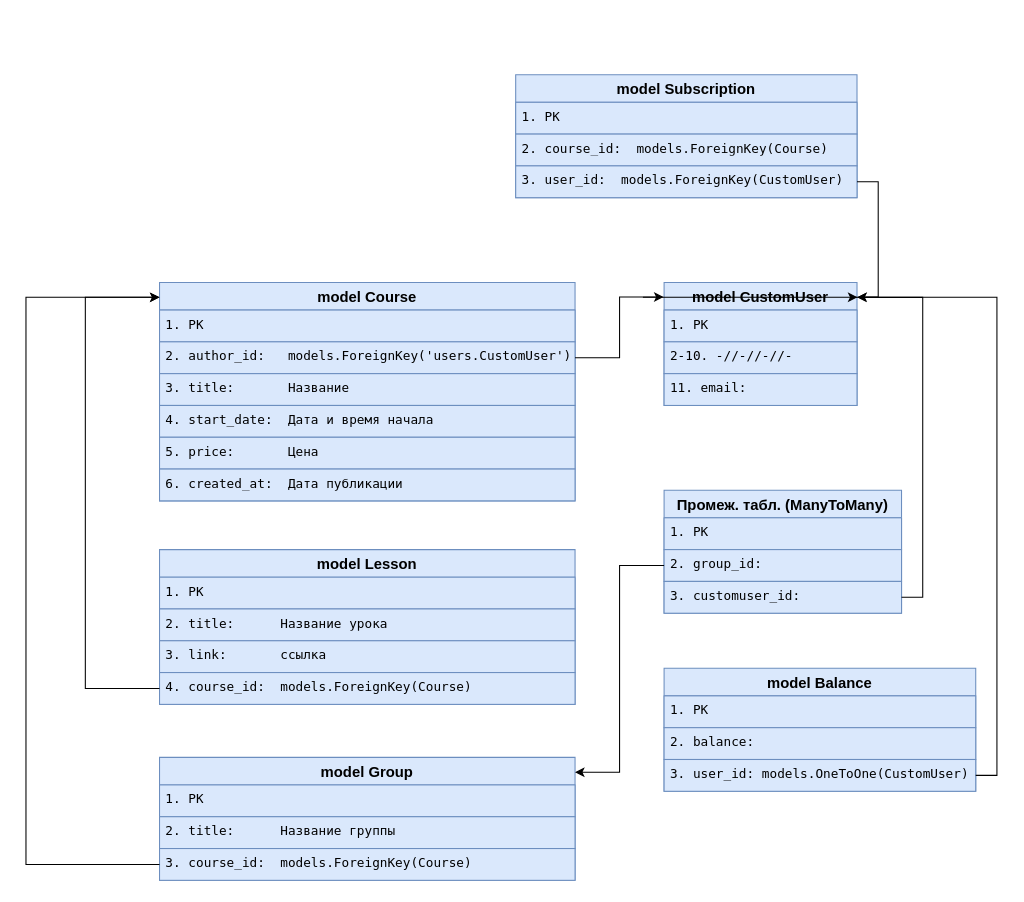
Before: Диаграмма без названия.drawio in minkeviiich/TestWeather, a draw.io diagram. Source tidied: cells renumbered, new cells numbered last; positions are measured from the earlier drawing's top-left corner, leaving out a move shared by most shapes. Both pictures are drawn from the tidied source at 106%, with x=0, y=0 at pixel (25, 74).
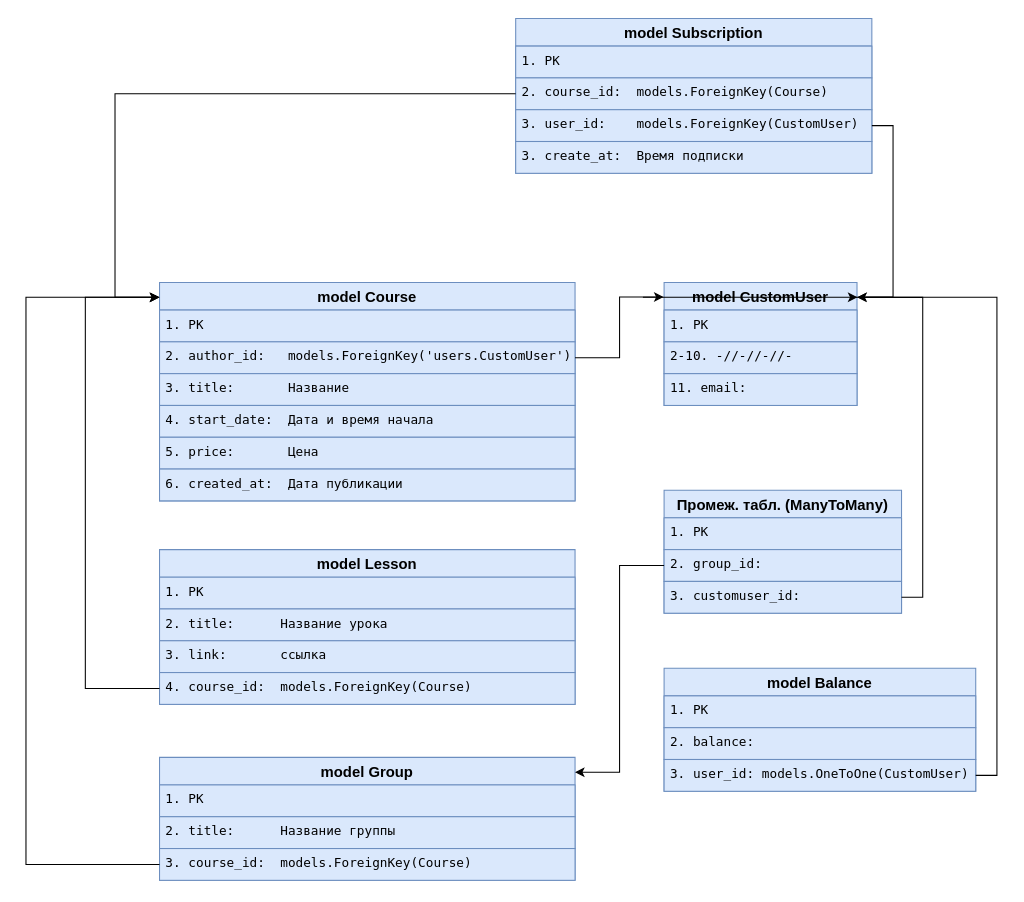
The same page after the edit.

The change refers to these unchanged cells:
```xml
<mxCell id="2" value="model Course" style="swimlane;fontStyle=1;horizontal=1;startSize=26;align=center;fontSize=14;fillColor=#dae8fc;strokeColor=#6c8ebf;" parent="1" vertex="1">
  <mxGeometry x="126" y="196" width="392" height="206" as="geometry" />
</mxCell>
```

Change to the diagram source:
```diff
@@
     <mxCell id="32" value="model Subscription" style="swimlane;fontStyle=1;horizontal=1;startSize=26;align=center;fontSize=14;fillColor=#dae8fc;strokeColor=#6c8ebf;" parent="1" vertex="1">
-      <mxGeometry x="462" width="322" height="116" as="geometry" />
+      <mxGeometry x="462" y="-53" width="336" height="146" as="geometry" />
     </mxCell>
     <mxCell id="33" value="&lt;span style=&quot;font-family: &amp;quot;Droid Sans Mono&amp;quot;, &amp;quot;monospace&amp;quot;, monospace; white-space: pre;&quot;&gt;&lt;font style=&quot;font-size: 12px;&quot;&gt;1. PK&lt;/font&gt;&lt;/span&gt;" style="text;strokeColor=#6c8ebf;fillColor=#dae8fc;spacingLeft=4;spacingRight=4;overflow=hidden;fontSize=12;whiteSpace=wrap;html=1;" parent="32" vertex="1">
-      <mxGeometry y="26" width="322" height="30" as="geometry" />
+      <mxGeometry y="26" width="336" height="30" as="geometry" />
     </mxCell>
     <mxCell id="34" value="&lt;span style=&quot;font-family: &amp;quot;Droid Sans Mono&amp;quot;, &amp;quot;monospace&amp;quot;, monospace; white-space: pre;&quot;&gt;2. course_id:  &lt;/span&gt;&lt;span style=&quot;font-family: &amp;quot;Droid Sans Mono&amp;quot;, &amp;quot;monospace&amp;quot;, monospace; white-space: pre;&quot;&gt;models.ForeignKey(Course)&lt;/span&gt;&lt;span style=&quot;font-family: &amp;quot;Droid Sans Mono&amp;quot;, &amp;quot;monospace&amp;quot;, monospace; white-space: pre;&quot;&gt;      &lt;/span&gt;" style="text;strokeColor=#6c8ebf;fillColor=#dae8fc;spacingLeft=4;spacingRight=4;overflow=hidden;points=[[0,0.5],[1,0.5]];portConstraint=eastwest;fontSize=12;whiteSpace=wrap;html=1;" parent="32" vertex="1">
-      <mxGeometry y="56" width="322" height="30" as="geometry" />
+      <mxGeometry y="56" width="336" height="30" as="geometry" />
     </mxCell>
-    <mxCell id="35" value="&lt;span style=&quot;font-family: &amp;quot;Droid Sans Mono&amp;quot;, &amp;quot;monospace&amp;quot;, monospace; white-space: pre;&quot;&gt;3. user_id:  &lt;/span&gt;&lt;span style=&quot;font-family: &amp;quot;Droid Sans Mono&amp;quot;, &amp;quot;monospace&amp;quot;, monospace; white-space: pre;&quot;&gt;models.ForeignKey(CustomUser)&lt;/span&gt;" style="text;strokeColor=#6c8ebf;fillColor=#dae8fc;spacingLeft=4;spacingRight=4;overflow=hidden;points=[[0,0.5],[1,0.5]];portConstraint=eastwest;fontSize=12;whiteSpace=wrap;html=1;" parent="32" vertex="1">
-      <mxGeometry y="86" width="322" height="30" as="geometry" />
+    <mxCell id="35" value="&lt;span style=&quot;font-family: &amp;quot;Droid Sans Mono&amp;quot;, &amp;quot;monospace&amp;quot;, monospace; white-space: pre;&quot;&gt;3. user_id:    &lt;/span&gt;&lt;span style=&quot;font-family: &amp;quot;Droid Sans Mono&amp;quot;, &amp;quot;monospace&amp;quot;, monospace; white-space: pre;&quot;&gt;models.ForeignKey(CustomUser)&lt;/span&gt;" style="text;strokeColor=#6c8ebf;fillColor=#dae8fc;spacingLeft=4;spacingRight=4;overflow=hidden;points=[[0,0.5],[1,0.5]];portConstraint=eastwest;fontSize=12;whiteSpace=wrap;html=1;" parent="32" vertex="1">
+      <mxGeometry y="86" width="336" height="30" as="geometry" />
     </mxCell>
+    <mxCell id="43" value="&lt;span style=&quot;font-family: &amp;quot;Droid Sans Mono&amp;quot;, &amp;quot;monospace&amp;quot;, monospace; white-space: pre;&quot;&gt;3. create_at:  Время подписки&lt;/span&gt;" style="text;strokeColor=#6c8ebf;fillColor=#dae8fc;spacingLeft=4;spacingRight=4;overflow=hidden;fontSize=12;whiteSpace=wrap;html=1;" parent="32" vertex="1">
+      <mxGeometry y="116" width="336" height="30" as="geometry" />
+    </mxCell>
@@
+    <mxCell id="44" style="edgeStyle=orthogonalEdgeStyle;rounded=0;jettySize=auto;html=1;exitX=0;exitY=0.5;exitDx=0;exitDy=0;entryX=-0.001;entryY=0.068;entryDx=0;entryDy=0;entryPerimeter=0;" parent="1" edge="1" source="34" target="2">
+      <mxGeometry relative="1" as="geometry">
+        <Array as="points">
+          <mxPoint x="84" y="18" />
+          <mxPoint x="84" y="210" />
+        </Array>
+      </mxGeometry>
+    </mxCell>
```
